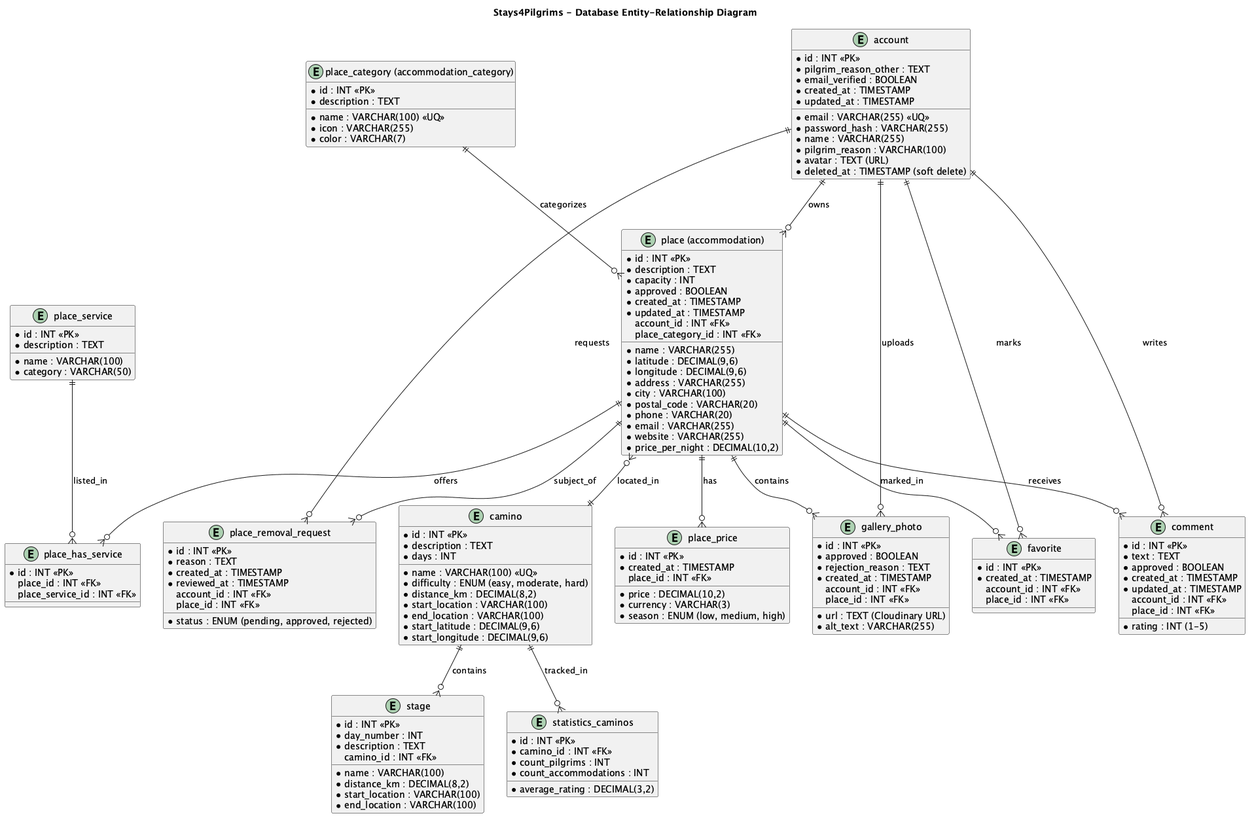
The PlantUML diagram docs/diagrams/png/database-er-diagram.png in alegna83/cookbook-be, before a commit.
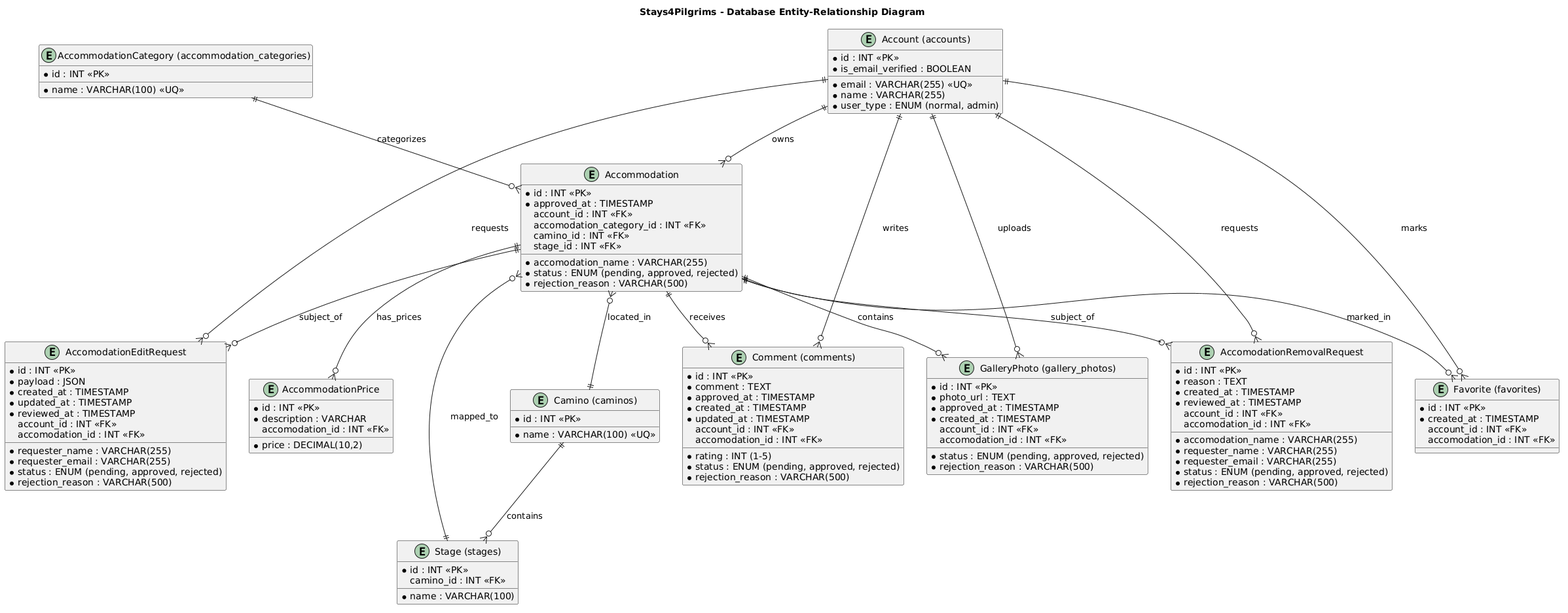
The same diagram one commit later.

Diff of the diagram source:
```diff
@@ -1,160 +1,125 @@
 @startuml
 title Stays4Pilgrims - Database Entity-Relationship Diagram
 
-entity "account" as account {
+entity "Account (accounts)" as account {
   * id : INT <<PK>>
   * email : VARCHAR(255) <<UQ>>
-  * password_hash : VARCHAR(255)
   * name : VARCHAR(255)
-  * pilgrim_reason : VARCHAR(100)
-  * pilgrim_reason_other : TEXT
-  * avatar : TEXT (URL)
-  * email_verified : BOOLEAN
-  * created_at : TIMESTAMP
-  * updated_at : TIMESTAMP
-  * deleted_at : TIMESTAMP (soft delete)
+  * user_type : ENUM (normal, admin)
+  * is_email_verified : BOOLEAN
 }
 
-entity "place (accommodation)" as place {
+entity "Accommodation" as accommodation {
   * id : INT <<PK>>
-  * name : VARCHAR(255)
-  * description : TEXT
-  * latitude : DECIMAL(9,6)
-  * longitude : DECIMAL(9,6)
-  * address : VARCHAR(255)
-  * city : VARCHAR(100)
-  * postal_code : VARCHAR(20)
-  * phone : VARCHAR(20)
-  * email : VARCHAR(255)
-  * website : VARCHAR(255)
-  * capacity : INT
-  * price_per_night : DECIMAL(10,2)
-  * approved : BOOLEAN
+  * accomodation_name : VARCHAR(255)
+  * status : ENUM (pending, approved, rejected)
+  * approved_at : TIMESTAMP
+  * rejection_reason : VARCHAR(500)
+  account_id : INT <<FK>>
+  accomodation_category_id : INT <<FK>>
+  camino_id : INT <<FK>>
+  stage_id : INT <<FK>>
+}
+
+entity "AccommodationCategory (accommodation_categories)" as accomodation_category {
+  * id : INT <<PK>>
+  * name : VARCHAR(100) <<UQ>>
+}
+
+entity "Comment (comments)" as comment {
+  * id : INT <<PK>>
+  * rating : INT (1-5)
+  * comment : TEXT
+  * status : ENUM (pending, approved, rejected)
+  * approved_at : TIMESTAMP
+  * rejection_reason : VARCHAR(500)
   * created_at : TIMESTAMP
   * updated_at : TIMESTAMP
   account_id : INT <<FK>>
-  place_category_id : INT <<FK>>
+  accomodation_id : INT <<FK>>
 }
 
-entity "place_category (accommodation_category)" as place_category {
+entity "GalleryPhoto (gallery_photos)" as gallery_photo {
   * id : INT <<PK>>
-  * name : VARCHAR(100) <<UQ>>
-  * description : TEXT
-  * icon : VARCHAR(255)
-  * color : VARCHAR(7)
+  * photo_url : TEXT
+  * status : ENUM (pending, approved, rejected)
+  * approved_at : TIMESTAMP
+  * rejection_reason : VARCHAR(500)
+  * created_at : TIMESTAMP
+  account_id : INT <<FK>>
+  accomodation_id : INT <<FK>>
 }
 
-entity "place_service" as place_service {
-  * id : INT <<PK>>
-  * name : VARCHAR(100)
-  * description : TEXT
-  * category : VARCHAR(50)
-}
-
-entity "place_has_service" as place_has_service {
-  * id : INT <<PK>>
-  place_id : INT <<FK>>
-  place_service_id : INT <<FK>>
-}
-
-entity "comment" as comment {
-  * id : INT <<PK>>
-  * rating : INT (1-5)
-  * text : TEXT
-  * approved : BOOLEAN
-  * created_at : TIMESTAMP
-  * updated_at : TIMESTAMP
-  account_id : INT <<FK>>
-  place_id : INT <<FK>>
-}
-
-entity "gallery_photo" as gallery_photo {
-  * id : INT <<PK>>
-  * url : TEXT (Cloudinary URL)
-  * alt_text : VARCHAR(255)
-  * approved : BOOLEAN
-  * rejection_reason : TEXT
-  * created_at : TIMESTAMP
-  account_id : INT <<FK>>
-  place_id : INT <<FK>>
-}
-
-entity "favorite" as favorite {
+entity "Favorite (favorites)" as favorite {
   * id : INT <<PK>>
   * created_at : TIMESTAMP
   account_id : INT <<FK>>
-  place_id : INT <<FK>>
+  accomodation_id : INT <<FK>>
 }
 
-entity "place_removal_request" as place_removal_request {
+entity "AccommodationPrice" as accomodation_price {
   * id : INT <<PK>>
+  * description : VARCHAR
+  * price : DECIMAL(10,2)
+  accomodation_id : INT <<FK>>
+}
+
+entity "AccomodationRemovalRequest" as accomodation_removal_request {
+  * id : INT <<PK>>
+  * accomodation_name : VARCHAR(255)
+  * requester_name : VARCHAR(255)
+  * requester_email : VARCHAR(255)
   * reason : TEXT
   * status : ENUM (pending, approved, rejected)
   * created_at : TIMESTAMP
   * reviewed_at : TIMESTAMP
+  * rejection_reason : VARCHAR(500)
   account_id : INT <<FK>>
-  place_id : INT <<FK>>
+  accomodation_id : INT <<FK>>
 }
 
-entity "camino" as camino {
+entity "AccomodationEditRequest" as accomodation_edit_request {
+  * id : INT <<PK>>
+  * requester_name : VARCHAR(255)
+  * requester_email : VARCHAR(255)
+  * payload : JSON
+  * status : ENUM (pending, approved, rejected)
+  * created_at : TIMESTAMP
+  * updated_at : TIMESTAMP
+  * reviewed_at : TIMESTAMP
+  * rejection_reason : VARCHAR(500)
+  account_id : INT <<FK>>
+  accomodation_id : INT <<FK>>
+}
+
+entity "Camino (caminos)" as camino {
   * id : INT <<PK>>
   * name : VARCHAR(100) <<UQ>>
-  * description : TEXT
-  * difficulty : ENUM (easy, moderate, hard)
-  * distance_km : DECIMAL(8,2)
-  * days : INT
-  * start_location : VARCHAR(100)
-  * end_location : VARCHAR(100)
-  * start_latitude : DECIMAL(9,6)
-  * start_longitude : DECIMAL(9,6)
 }
 
-entity "stage" as stage {
+entity "Stage (stages)" as stage {
   * id : INT <<PK>>
   * name : VARCHAR(100)
-  * distance_km : DECIMAL(8,2)
-  * day_number : INT
-  * start_location : VARCHAR(100)
-  * end_location : VARCHAR(100)
-  * description : TEXT
   camino_id : INT <<FK>>
 }
 
-entity "place_price" as place_price {
-  * id : INT <<PK>>
-  * price : DECIMAL(10,2)
-  * currency : VARCHAR(3)
-  * season : ENUM (low, medium, high)
-  * created_at : TIMESTAMP
-  place_id : INT <<FK>>
-}
-
-entity "statistics_caminos" as statistics_caminos {
-  * id : INT <<PK>>
-  * camino_id : INT <<FK>>
-  * count_pilgrims : INT
-  * average_rating : DECIMAL(3,2)
-  * count_accommodations : INT
-}
-
-account ||--o{ place : "owns"
+account ||--o{ accommodation : "owns"
 account ||--o{ comment : "writes"
 account ||--o{ gallery_photo : "uploads"
 account ||--o{ favorite : "marks"
-account ||--o{ place_removal_request : "requests"
+account ||--o{ accomodation_removal_request : "requests"
+account ||--o{ accomodation_edit_request : "requests"
 
-place_category ||--o{ place : "categorizes"
-place ||--o{ comment : "receives"
-place ||--o{ gallery_photo : "contains"
-place ||--o{ favorite : "marked_in"
-place ||--o{ place_removal_request : "subject_of"
-place ||--o{ place_price : "has"
-place }o--|| camino : "located_in"
-
-place_service ||--o{ place_has_service : "listed_in"
-place ||--o{ place_has_service : "offers"
+accomodation_category ||--o{ accommodation : "categorizes"
+accommodation ||--o{ comment : "receives"
+accommodation ||--o{ gallery_photo : "contains"
+accommodation ||--o{ favorite : "marked_in"
+accommodation ||--o{ accomodation_price : "has_prices"
+accommodation ||--o{ accomodation_removal_request : "subject_of"
+accommodation ||--o{ accomodation_edit_request : "subject_of"
+accommodation }o--|| camino : "located_in"
+accommodation }o--|| stage : "mapped_to"
 
 camino ||--o{ stage : "contains"
-camino ||--o{ statistics_caminos : "tracked_in"
 
 @enduml
```
